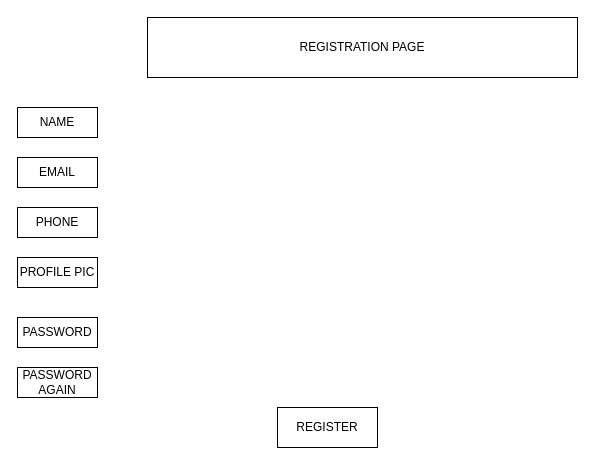
This is page "REGISTER" (4 of 6) of Untitled Diagram.drawio from deepak21devops/social-design, a draw.io file, before an edit. Source tidied: cells renumbered, new cells numbered last; positions are measured from the earlier drawing's top-left corner, leaving out a move shared by most shapes. Both pictures are drawn from the tidied source at 100%, with x=0, y=0 at pixel (17, 17).
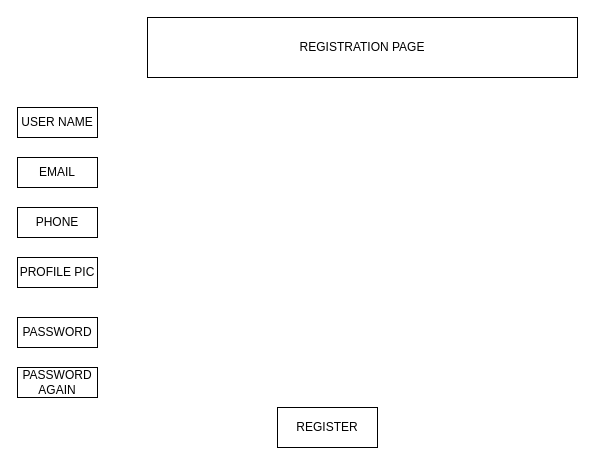
The same page after the edit.

Diff of the diagram source:
```diff
@@
 <mxGraphModel>
   <root>
     <mxCell id="0" />
     <mxCell id="1" parent="0" />
     <mxCell id="2" value="REGISTRATION PAGE" style="rounded=0;whiteSpace=wrap;html=1;fontSize=12;fillColor=#FFFFFF;align=center;" parent="1" vertex="1">
       <mxGeometry x="130" width="430" height="60" as="geometry" />
     </mxCell>
-    <mxCell id="3" value="NAME" style="rounded=0;whiteSpace=wrap;html=1;fontSize=12;fillColor=#FFFFFF;align=center;" parent="1" vertex="1">
+    <mxCell id="3" value="USER NAME" style="rounded=0;whiteSpace=wrap;html=1;fontSize=12;fillColor=#FFFFFF;align=center;" parent="1" vertex="1">
       <mxGeometry y="90" width="80" height="30" as="geometry" />
     </mxCell>
     <mxCell id="4" value="EMAIL" style="rounded=0;whiteSpace=wrap;html=1;fontSize=12;fillColor=#FFFFFF;align=center;" parent="1" vertex="1">
       <mxGeometry y="140" width="80" height="30" as="geometry" />
     </mxCell>
     <mxCell id="5" value="PHONE" style="rounded=0;whiteSpace=wrap;html=1;fontSize=12;fillColor=#FFFFFF;align=center;" parent="1" vertex="1">
       <mxGeometry y="190" width="80" height="30" as="geometry" />
     </mxCell>
     <mxCell id="6" value="PROFILE PIC" style="rounded=0;whiteSpace=wrap;html=1;fontSize=12;fillColor=#FFFFFF;align=center;" parent="1" vertex="1">
       <mxGeometry y="240" width="80" height="30" as="geometry" />
     </mxCell>
     <mxCell id="7" value="PASSWORD" style="rounded=0;whiteSpace=wrap;html=1;fontSize=12;fillColor=#FFFFFF;align=center;" parent="1" vertex="1">
       <mxGeometry y="300" width="80" height="30" as="geometry" />
     </mxCell>
     <mxCell id="8" value="PASSWORD AGAIN" style="rounded=0;whiteSpace=wrap;html=1;fontSize=12;fillColor=#FFFFFF;align=center;" parent="1" vertex="1">
       <mxGeometry y="350" width="80" height="30" as="geometry" />
     </mxCell>
     <mxCell id="9" value="REGISTER" style="rounded=0;whiteSpace=wrap;html=1;fontSize=12;fillColor=#FFFFFF;align=center;" parent="1" vertex="1">
       <mxGeometry x="260" y="390" width="100" height="40" as="geometry" />
     </mxCell>
   </root>
 </mxGraphModel>
```
